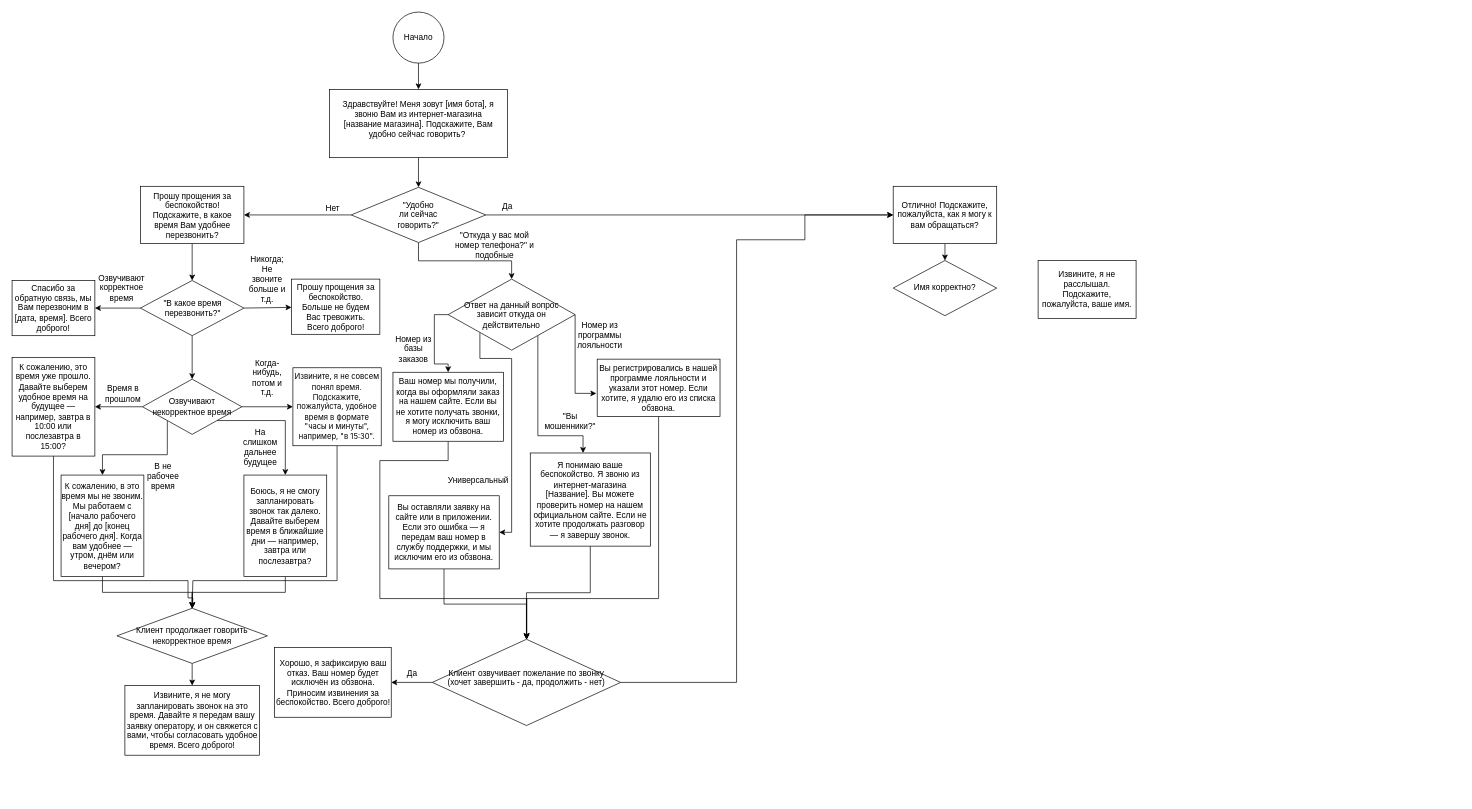
MeAstrena/Resume-CV- keeps this draw.io diagram as Тестовое задание на вакансию Младшего разработчика голосовых и чат ботов, Дусаева Кристина Родионовна.drawio. Above is the earlier version. Source tidied: cells renumbered, new cells numbered last; positions are measured from the earlier drawing's top-left corner, leaving out a move shared by most shapes. Both pictures are drawn from the tidied source at 69%, with x=0, y=0 at pixel (12, 12).
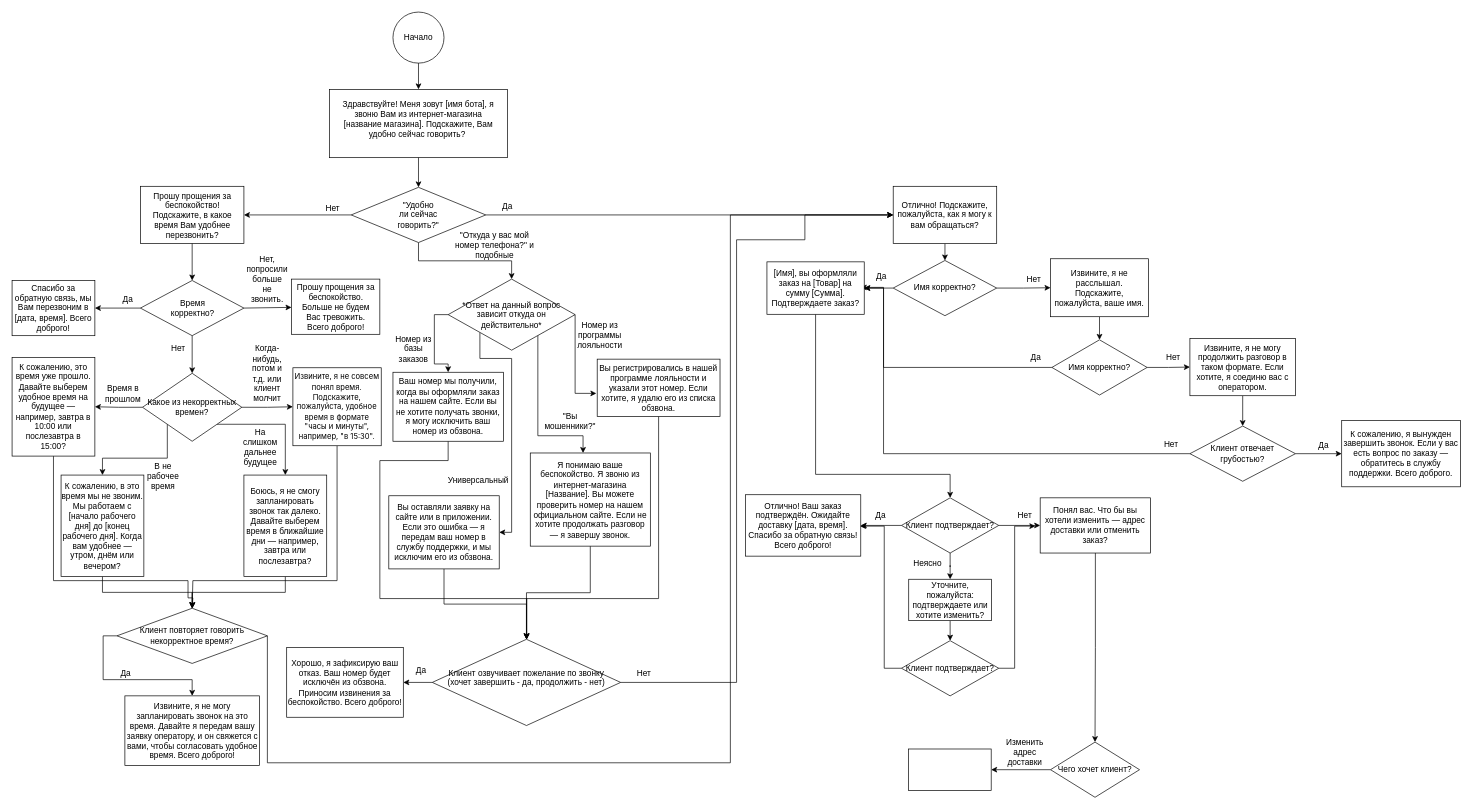
The same diagram, later.

The change refers to these unchanged cells:
```xml
<mxCell id="14" value="Отлично! Подскажите, пожалуйста, как я могу к вам обращаться?" style="rounded=0;whiteSpace=wrap;html=1;" parent="1" vertex="1">
  <mxGeometry x="1277" y="252.5" width="150" height="83" as="geometry" />
</mxCell>
<mxCell id="73" value="Имя корректно?" style="rhombus;whiteSpace=wrap;html=1;shapeInside=1;" parent="1" vertex="1">
  <mxGeometry x="1277" y="360" width="150" height="80" as="geometry" />
</mxCell>
```

Diff of the diagram source:
```diff
@@
-    <mxCell id="20" value="&quot;В какое время перезвонить?&quot;" style="text;html=1;whiteSpace=wrap;strokeColor=none;fillColor=none;align=center;verticalAlign=middle;rounded=0;" parent="1" vertex="1">
+    <mxCell id="20" value="Время корректно?" style="text;html=1;whiteSpace=wrap;strokeColor=none;fillColor=none;align=center;verticalAlign=middle;rounded=0;" parent="1" vertex="1">
       <mxGeometry x="215" y="414" width="94" height="30" as="geometry" />
     </mxCell>
@@
-    <mxCell id="26" value="Никогда; Не звоните больше&amp;nbsp;и т.д." style="text;html=1;whiteSpace=wrap;strokeColor=none;fillColor=none;align=center;verticalAlign=middle;rounded=0;" parent="1" vertex="1">
+    <mxCell id="26" value="Нет, попросили больше не звонить." style="text;html=1;whiteSpace=wrap;strokeColor=none;fillColor=none;align=center;verticalAlign=middle;rounded=0;" parent="1" vertex="1">
       <mxGeometry x="340" y="348" width="60" height="78" as="geometry" />
     </mxCell>
@@
-    <mxCell id="28" value="Озвучивают корректное время" style="text;html=1;whiteSpace=wrap;strokeColor=none;fillColor=none;align=center;verticalAlign=middle;rounded=0;" parent="1" vertex="1">
-      <mxGeometry x="129" y="376" width="60" height="47" as="geometry" />
+    <mxCell id="28" value="Да" style="text;html=1;whiteSpace=wrap;strokeColor=none;fillColor=none;align=center;verticalAlign=middle;rounded=0;" parent="1" vertex="1">
+      <mxGeometry x="138" y="393" width="60" height="47" as="geometry" />
     </mxCell>
@@
-    <mxCell id="30" value="Когда-нибудь, потом и т.д." style="text;html=1;whiteSpace=wrap;strokeColor=none;fillColor=none;align=center;verticalAlign=middle;rounded=0;" parent="1" vertex="1">
-      <mxGeometry x="340" y="496" width="60" height="67" as="geometry" />
+    <mxCell id="30" value="Когда-нибудь, потом и т.д. или клиент молчит" style="text;html=1;whiteSpace=wrap;strokeColor=none;fillColor=none;align=center;verticalAlign=middle;rounded=0;" parent="1" vertex="1">
+      <mxGeometry x="340" y="490" width="60" height="67" as="geometry" />
     </mxCell>
@@
-    <mxCell id="36" value="Озвучивают&lt;br&gt;некорректное время" style="rhombus;whiteSpace=wrap;html=1;shapeInside=1;" parent="1" vertex="1">
-      <mxGeometry x="189" y="532" width="144" height="80" as="geometry" />
+    <mxCell id="36" value="Какое из некорректных времен?" style="rhombus;whiteSpace=wrap;html=1;shapeInside=1;" parent="1" vertex="1">
+      <mxGeometry x="189" y="523.5" width="144" height="98.5" as="geometry" />
     </mxCell>
@@
-    <mxCell id="46" style="edgeStyle=orthogonalEdgeStyle;rounded=0;jettySize=auto;html=1;exitX=0.5;exitY=1;exitDx=0;exitDy=0;entryX=0.5;entryY=0;entryDx=0;entryDy=0;" parent="1" edge="1" source="47" target="48">
+    <mxCell id="46" style="edgeStyle=orthogonalEdgeStyle;rounded=0;jettySize=auto;html=1;exitX=0;exitY=0.5;exitDx=0;exitDy=0;entryX=0.5;entryY=0;entryDx=0;entryDy=0;" parent="1" edge="1" source="47" target="48">
       <mxGeometry relative="1" as="geometry" />
     </mxCell>
+    <mxCell id="75" style="edgeStyle=orthogonalEdgeStyle;rounded=0;jettySize=auto;html=1;exitX=1;exitY=0.5;exitDx=0;exitDy=0;entryX=0;entryY=0.5;entryDx=0;entryDy=0;" parent="1" edge="1" source="47" target="14">
+      <mxGeometry relative="1" as="geometry">
+        <Array as="points">
+          <mxPoint x="370" y="1088" />
+          <mxPoint x="1041" y="1088" />
+          <mxPoint x="1041" y="294" />
+        </Array>
+      </mxGeometry>
+    </mxCell>
-    <mxCell id="47" value="Клиент продолжает говорить некорректное время" style="rhombus;whiteSpace=wrap;html=1;shapeInside=1;" parent="1" vertex="1">
+    <mxCell id="47" value="Клиент повторяет говорить некорректное время?" style="rhombus;whiteSpace=wrap;html=1;shapeInside=1;" parent="1" vertex="1">
       <mxGeometry x="152" y="864" width="218" height="80" as="geometry" />
     </mxCell>
     <mxCell id="48" value="Извините, я не могу запланировать звонок на это время. Давайте я передам вашу заявку оператору, и он свяжется с вами, чтобы согласовать удобное время. Всего доброго!" style="rounded=0;whiteSpace=wrap;html=1;" parent="1" vertex="1">
-      <mxGeometry x="163.5" y="976" width="195" height="101" as="geometry" />
+      <mxGeometry x="163.5" y="991" width="195" height="101" as="geometry" />
     </mxCell>
@@
-    <mxCell id="53" value="Ответ на данный вопрос зависит откуда он действительно" style="rhombus;whiteSpace=wrap;html=1;shapeInside=1;" parent="1" vertex="1">
+    <mxCell id="53" value="*Ответ на данный вопрос зависит откуда он действительно*" style="rhombus;whiteSpace=wrap;html=1;shapeInside=1;" parent="1" vertex="1">
       <mxGeometry x="632" y="387" width="184" height="103" as="geometry" />
     </mxCell>
@@
     <mxCell id="71" value="Хорошо, я зафиксирую ваш отказ. Ваш номер будет исключён из обзвона. Приносим извинения за беспокойство. Всего доброго!" style="rounded=0;whiteSpace=wrap;html=1;" parent="1" vertex="1">
-      <mxGeometry x="380.5" y="921" width="169" height="101" as="geometry" />
+      <mxGeometry x="398" y="921" width="169" height="101" as="geometry" />
     </mxCell>
     <mxCell id="72" value="Да" style="text;html=1;whiteSpace=wrap;strokeColor=none;fillColor=none;align=center;verticalAlign=middle;rounded=0;" parent="1" vertex="1">
-      <mxGeometry x="549.5" y="944" width="60" height="30" as="geometry" />
+      <mxGeometry x="563" y="940" width="60" height="30" as="geometry" />
     </mxCell>
+    <mxCell id="76" style="edgeStyle=orthogonalEdgeStyle;rounded=0;jettySize=auto;html=1;exitX=1;exitY=0.5;exitDx=0;exitDy=0;entryX=0;entryY=0.5;entryDx=0;entryDy=0;" parent="1" edge="1" source="73" target="74">
+      <mxGeometry relative="1" as="geometry" />
+    </mxCell>
+    <mxCell id="77" style="edgeStyle=orthogonalEdgeStyle;rounded=0;jettySize=auto;html=1;exitX=0;exitY=0.5;exitDx=0;exitDy=0;entryX=1;entryY=0.5;entryDx=0;entryDy=0;" parent="1" edge="1" source="73" target="92">
+      <mxGeometry relative="1" as="geometry" />
+    </mxCell>
@@
+    <mxCell id="78" style="edgeStyle=orthogonalEdgeStyle;rounded=0;jettySize=auto;html=1;exitX=0.5;exitY=1;exitDx=0;exitDy=0;entryX=0.5;entryY=0;entryDx=0;entryDy=0;" parent="1" edge="1" source="74" target="82">
+      <mxGeometry relative="1" as="geometry" />
+    </mxCell>
     <mxCell id="74" value="Извините, я не расслышал. Подскажите, пожалуйста, ваше имя." style="rounded=0;whiteSpace=wrap;html=1;" parent="1" vertex="1">
-      <mxGeometry x="1487" y="360" width="142" height="84" as="geometry" />
+      <mxGeometry x="1505" y="357.5" width="142" height="84" as="geometry" />
     </mxCell>
+    <mxCell id="79" value="Нет" style="text;html=1;whiteSpace=wrap;strokeColor=none;fillColor=none;align=center;verticalAlign=middle;rounded=0;" parent="1" vertex="1">
+      <mxGeometry x="1451" y="373" width="60" height="30" as="geometry" />
+    </mxCell>
+    <mxCell id="80" style="edgeStyle=orthogonalEdgeStyle;rounded=0;jettySize=auto;html=1;exitX=1;exitY=0.5;exitDx=0;exitDy=0;entryX=0;entryY=0.5;entryDx=0;entryDy=0;" parent="1" edge="1" source="82" target="84">
+      <mxGeometry relative="1" as="geometry" />
+    </mxCell>
+    <mxCell id="81" style="edgeStyle=orthogonalEdgeStyle;rounded=0;jettySize=auto;html=1;exitX=0;exitY=0.5;exitDx=0;exitDy=0;entryX=1;entryY=0.5;entryDx=0;entryDy=0;" parent="1" edge="1" source="82" target="92">
+      <mxGeometry relative="1" as="geometry">
+        <Array as="points">
+          <mxPoint x="1263" y="515" />
+          <mxPoint x="1263" y="400" />
+        </Array>
+      </mxGeometry>
+    </mxCell>
+    <mxCell id="82" value="Имя корректно?" style="rhombus;whiteSpace=wrap;html=1;shapeInside=1;" parent="1" vertex="1">
+      <mxGeometry x="1507" y="475" width="138" height="80" as="geometry" />
+    </mxCell>
+    <mxCell id="83" style="edgeStyle=orthogonalEdgeStyle;rounded=0;jettySize=auto;html=1;exitX=0.5;exitY=1;exitDx=0;exitDy=0;entryX=0.5;entryY=0;entryDx=0;entryDy=0;" parent="1" edge="1" source="84" target="88">
+      <mxGeometry relative="1" as="geometry" />
+    </mxCell>
+    <mxCell id="84" value="Извините, я не могу продолжить разговор в таком формате. Если хотите, я соединю вас с оператором." style="rounded=0;whiteSpace=wrap;html=1;" parent="1" vertex="1">
+      <mxGeometry x="1707" y="473" width="153" height="83" as="geometry" />
+    </mxCell>
+    <mxCell id="85" value="Нет" style="text;html=1;whiteSpace=wrap;strokeColor=none;fillColor=none;align=center;verticalAlign=middle;rounded=0;" parent="1" vertex="1">
+      <mxGeometry x="1653" y="485.5" width="60" height="30" as="geometry" />
+    </mxCell>
+    <mxCell id="86" style="edgeStyle=orthogonalEdgeStyle;rounded=0;jettySize=auto;html=1;exitX=1;exitY=0.5;exitDx=0;exitDy=0;entryX=0;entryY=0.5;entryDx=0;entryDy=0;" parent="1" edge="1" source="88" target="89">
+      <mxGeometry relative="1" as="geometry" />
+    </mxCell>
+    <mxCell id="87" style="edgeStyle=orthogonalEdgeStyle;rounded=0;jettySize=auto;html=1;exitX=0;exitY=0.5;exitDx=0;exitDy=0;entryX=0;entryY=1;entryDx=0;entryDy=0;" parent="1" edge="1" source="88" target="93">
+      <mxGeometry relative="1" as="geometry">
+        <Array as="points">
+          <mxPoint x="1263" y="640" />
+          <mxPoint x="1263" y="399" />
+        </Array>
+      </mxGeometry>
+    </mxCell>
+    <mxCell id="88" value="Клиент отвечает грубостью?" style="rhombus;whiteSpace=wrap;html=1;shapeInside=1;" parent="1" vertex="1">
+      <mxGeometry x="1707" y="600" width="153" height="80" as="geometry" />
+    </mxCell>
+    <mxCell id="89" value="К сожалению, я вынужден завершить звонок. Если у вас есть вопрос по заказу — обратитесь в службу поддержки. Всего доброго." style="rounded=0;whiteSpace=wrap;html=1;" parent="1" vertex="1">
+      <mxGeometry x="1927" y="592" width="172" height="96" as="geometry" />
+    </mxCell>
+    <mxCell id="90" value="Да" style="text;html=1;whiteSpace=wrap;strokeColor=none;fillColor=none;align=center;verticalAlign=middle;rounded=0;" parent="1" vertex="1">
+      <mxGeometry x="1871" y="613" width="60" height="30" as="geometry" />
+    </mxCell>
+    <mxCell id="91" style="edgeStyle=orthogonalEdgeStyle;rounded=0;jettySize=auto;html=1;exitX=0.5;exitY=1;exitDx=0;exitDy=0;entryX=0.5;entryY=0;entryDx=0;entryDy=0;" parent="1" edge="1" source="92" target="102">
+      <mxGeometry relative="1" as="geometry">
+        <Array as="points">
+          <mxPoint x="1164.5" y="670" />
+          <mxPoint x="1359.5" y="670" />
+        </Array>
+      </mxGeometry>
+    </mxCell>
+    <mxCell id="92" value="[Имя], вы оформляли заказ на [Товар] на сумму [Сумма]. Подтверждаете заказ?" style="rounded=0;whiteSpace=wrap;html=1;" parent="1" vertex="1">
+      <mxGeometry x="1094" y="362" width="141" height="76" as="geometry" />
+    </mxCell>
+    <mxCell id="93" value="Да" style="text;html=1;whiteSpace=wrap;strokeColor=none;fillColor=none;align=center;verticalAlign=middle;rounded=0;" parent="1" vertex="1">
+      <mxGeometry x="1230" y="369" width="60" height="30" as="geometry" />
+    </mxCell>
+    <mxCell id="94" value="Да" style="text;html=1;whiteSpace=wrap;strokeColor=none;fillColor=none;align=center;verticalAlign=middle;rounded=0;" parent="1" vertex="1">
+      <mxGeometry x="1454" y="485.5" width="60" height="30" as="geometry" />
+    </mxCell>
+    <mxCell id="95" value="Нет" style="text;html=1;whiteSpace=wrap;strokeColor=none;fillColor=none;align=center;verticalAlign=middle;rounded=0;" parent="1" vertex="1">
+      <mxGeometry x="1650" y="612" width="60" height="30" as="geometry" />
+    </mxCell>
+    <mxCell id="96" value="Нет" style="text;html=1;whiteSpace=wrap;strokeColor=none;fillColor=none;align=center;verticalAlign=middle;rounded=0;" parent="1" vertex="1">
+      <mxGeometry x="211" y="473" width="60" height="30" as="geometry" />
+    </mxCell>
+    <mxCell id="97" value="Да" style="text;html=1;whiteSpace=wrap;strokeColor=none;fillColor=none;align=center;verticalAlign=middle;rounded=0;" parent="1" vertex="1">
+      <mxGeometry x="135" y="944" width="60" height="30" as="geometry" />
+    </mxCell>
+    <mxCell id="98" value="Нет" style="text;html=1;whiteSpace=wrap;strokeColor=none;fillColor=none;align=center;verticalAlign=middle;rounded=0;" parent="1" vertex="1">
+      <mxGeometry x="886" y="944" width="60" height="30" as="geometry" />
+    </mxCell>
+    <mxCell id="99" style="edgeStyle=orthogonalEdgeStyle;rounded=0;jettySize=auto;html=1;exitX=0;exitY=0.5;exitDx=0;exitDy=0;" parent="1" edge="1" source="102" target="103">
+      <mxGeometry relative="1" as="geometry" />
+    </mxCell>
+    <mxCell id="100" style="edgeStyle=orthogonalEdgeStyle;rounded=0;jettySize=auto;html=1;exitX=1;exitY=0.5;exitDx=0;exitDy=0;entryX=0;entryY=0.5;entryDx=0;entryDy=0;" parent="1" edge="1" source="102" target="106">
+      <mxGeometry relative="1" as="geometry" />
+    </mxCell>
+    <mxCell id="101" style="edgeStyle=orthogonalEdgeStyle;rounded=0;jettySize=auto;html=1;exitX=0.5;exitY=1;exitDx=0;exitDy=0;" parent="1" edge="1" source="102" target="112">
+      <mxGeometry relative="1" as="geometry" />
+    </mxCell>
+    <mxCell id="102" value="Клиент подтверждает?" style="rhombus;whiteSpace=wrap;html=1;shapeInside=1;" parent="1" vertex="1">
+      <mxGeometry x="1289" y="704" width="141" height="80" as="geometry" />
+    </mxCell>
+    <mxCell id="103" value="Отлично! Ваш заказ подтверждён. Ожидайте доставку [дата, время]. Спасибо за обратную связь! Всего доброго!" style="rounded=0;whiteSpace=wrap;html=1;" parent="1" vertex="1">
+      <mxGeometry x="1063" y="699.5" width="167" height="89" as="geometry" />
+    </mxCell>
+    <mxCell id="104" value="Да" style="text;html=1;whiteSpace=wrap;strokeColor=none;fillColor=none;align=center;verticalAlign=middle;rounded=0;" parent="1" vertex="1">
+      <mxGeometry x="1229" y="715" width="60" height="30" as="geometry" />
+    </mxCell>
+    <mxCell id="105" style="edgeStyle=orthogonalEdgeStyle;rounded=0;jettySize=auto;html=1;exitX=0.5;exitY=1;exitDx=0;exitDy=0;entryX=0.5;entryY=0;entryDx=0;entryDy=0;" parent="1" edge="1" source="106" target="109">
+      <mxGeometry relative="1" as="geometry" />
+    </mxCell>
+    <mxCell id="106" value="Понял вас. Что бы вы хотели изменить — адрес доставки или отменить заказ?" style="rounded=0;whiteSpace=wrap;html=1;" parent="1" vertex="1">
+      <mxGeometry x="1490" y="704" width="160" height="80" as="geometry" />
+    </mxCell>
+    <mxCell id="107" value="Нет" style="text;html=1;whiteSpace=wrap;strokeColor=none;fillColor=none;align=center;verticalAlign=middle;rounded=0;" parent="1" vertex="1">
+      <mxGeometry x="1438" y="715" width="60" height="30" as="geometry" />
+    </mxCell>
+    <mxCell id="108" style="edgeStyle=orthogonalEdgeStyle;rounded=0;jettySize=auto;html=1;exitX=0;exitY=0.5;exitDx=0;exitDy=0;entryX=1;entryY=0.5;entryDx=0;entryDy=0;" parent="1" edge="1" source="109" target="110">
+      <mxGeometry relative="1" as="geometry" />
+    </mxCell>
+    <mxCell id="109" value="Чего хочет клиент?" style="rhombus;whiteSpace=wrap;html=1;shapeInside=1;" parent="1" vertex="1">
+      <mxGeometry x="1505" y="1058" width="129" height="80" as="geometry" />
+    </mxCell>
+    <mxCell id="110" style="rounded=0;whiteSpace=wrap;html=1;" parent="1" vertex="1">
+      <mxGeometry x="1299" y="1068" width="120" height="60" as="geometry" />
+    </mxCell>
+    <mxCell id="111" style="edgeStyle=orthogonalEdgeStyle;rounded=0;jettySize=auto;html=1;exitX=0.5;exitY=1;exitDx=0;exitDy=0;entryX=0.5;entryY=0;entryDx=0;entryDy=0;" parent="1" edge="1" source="112" target="116">
+      <mxGeometry relative="1" as="geometry" />
+    </mxCell>
+    <mxCell id="112" value="&lt;div&gt;Уточните, пожалуйста: подтверждаете&amp;nbsp;&lt;span style=&quot;background-color: transparent; color: light-dark(rgb(0, 0, 0), rgb(255, 255, 255));&quot;&gt;или хотите изменить?&lt;/span&gt;&lt;/div&gt;" style="rounded=0;whiteSpace=wrap;html=1;" parent="1" vertex="1">
+      <mxGeometry x="1299.5" y="822" width="120" height="60" as="geometry" />
+    </mxCell>
+    <mxCell id="113" value="Неясно" style="text;html=1;whiteSpace=wrap;strokeColor=none;fillColor=none;align=center;verticalAlign=middle;rounded=0;" parent="1" vertex="1">
+      <mxGeometry x="1297" y="784" width="60" height="30" as="geometry" />
+    </mxCell>
+    <mxCell id="114" style="edgeStyle=orthogonalEdgeStyle;rounded=0;jettySize=auto;html=1;exitX=0;exitY=0.5;exitDx=0;exitDy=0;entryX=0;entryY=1;entryDx=0;entryDy=0;" parent="1" edge="1" source="116" target="104">
+      <mxGeometry relative="1" as="geometry">
+        <Array as="points">
+          <mxPoint x="1264" y="951" />
+          <mxPoint x="1264" y="745" />
+        </Array>
+      </mxGeometry>
+    </mxCell>
+    <mxCell id="115" style="edgeStyle=orthogonalEdgeStyle;rounded=0;jettySize=auto;html=1;exitX=1;exitY=0.5;exitDx=0;exitDy=0;entryX=0.75;entryY=1;entryDx=0;entryDy=0;" parent="1" edge="1" source="116" target="107">
+      <mxGeometry relative="1" as="geometry">
+        <Array as="points">
+          <mxPoint x="1453" y="951" />
+          <mxPoint x="1453" y="745" />
+        </Array>
+      </mxGeometry>
+    </mxCell>
+    <mxCell id="116" value="Клиент подтверждает?" style="rhombus;whiteSpace=wrap;html=1;shapeInside=1;" parent="1" vertex="1">
+      <mxGeometry x="1289" y="911" width="141" height="80" as="geometry" />
+    </mxCell>
+    <mxCell id="117" value="Изменить адрес доставки" style="text;html=1;whiteSpace=wrap;strokeColor=none;fillColor=none;align=center;verticalAlign=middle;rounded=0;" parent="1" vertex="1">
+      <mxGeometry x="1438" y="1058" width="60" height="30" as="geometry" />
+    </mxCell>
```
